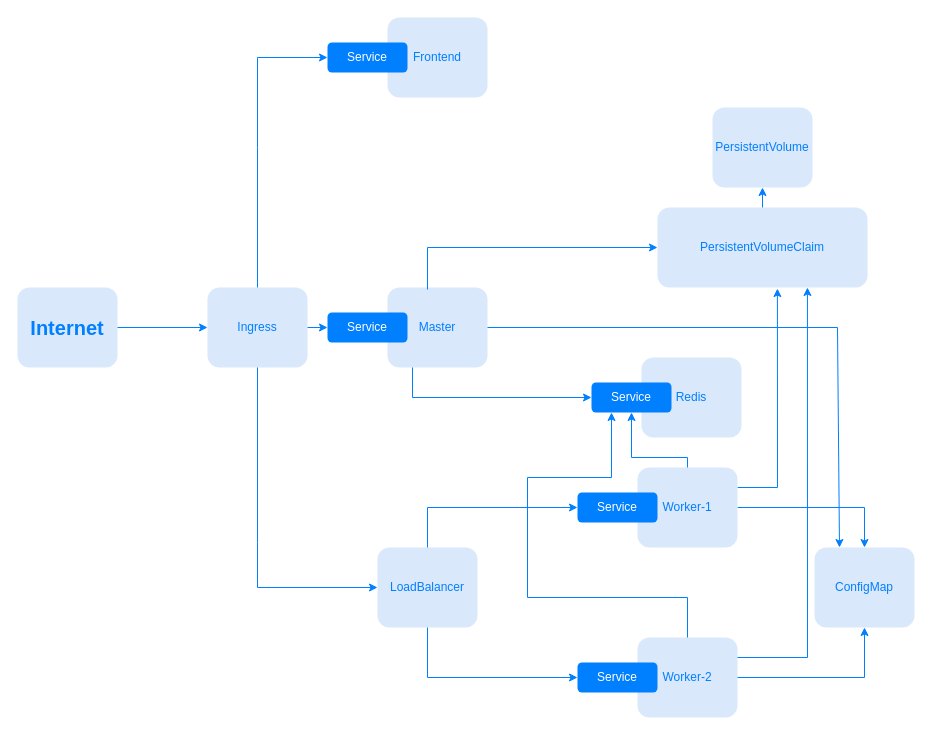
The draw.io diagram Assets/architecture.drawio in JadKHaddad/Rust-Performance-Testing-as-a-Service, before the edit. Source tidied: cells renumbered, new cells numbered last; positions are measured from the earlier drawing's top-left corner, leaving out a move shared by most shapes. Both pictures are drawn from the tidied source at 100%, with x=0, y=0 at pixel (17, 17).
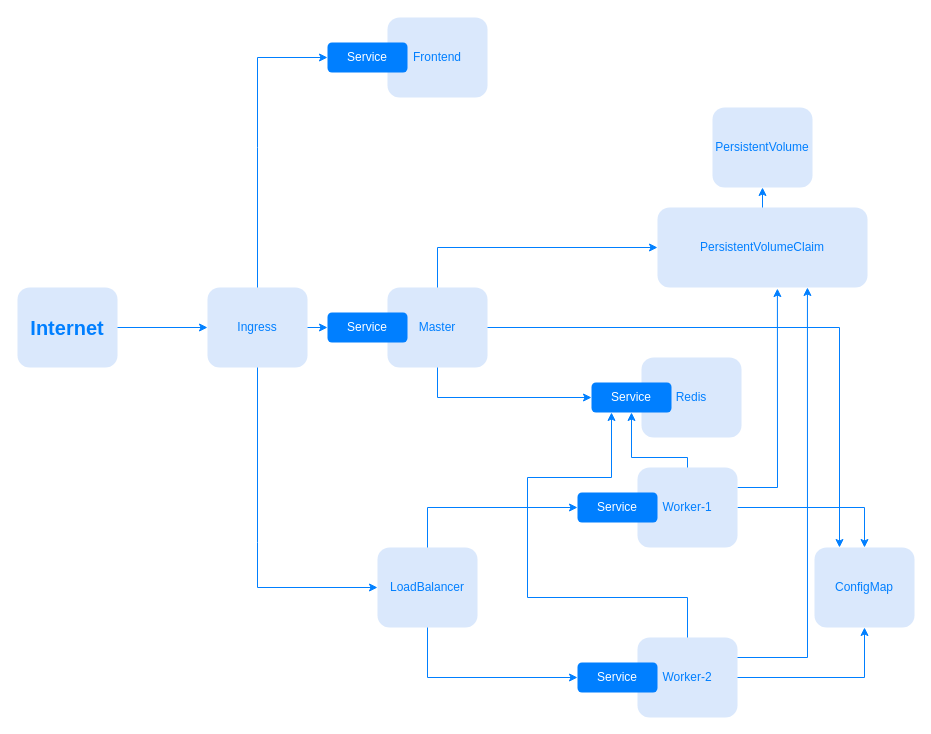
After the change.

Unchanged cells that the change refers to:
```xml
<mxCell id="3" value="&lt;font color=&quot;#ffffff&quot;&gt;Service&lt;/font&gt;" style="rounded=1;whiteSpace=wrap;html=1;fillColor=#007FFF;strokeColor=none;" parent="1" vertex="1">
  <mxGeometry x="574" y="365" width="80" height="30" as="geometry" />
</mxCell>
<mxCell id="4" value="&lt;font color=&quot;#007fff&quot;&gt;Master&lt;/font&gt;" style="rounded=1;whiteSpace=wrap;html=1;fillColor=#dae8fc;strokeColor=none;" parent="1" vertex="1">
  <mxGeometry x="370" y="270" width="100" height="80" as="geometry" />
</mxCell>
<mxCell id="10" value="&lt;font color=&quot;#007fff&quot;&gt;PersistentVolumeClaim&lt;/font&gt;" style="rounded=1;whiteSpace=wrap;html=1;fillColor=#dae8fc;strokeColor=none;" parent="1" vertex="1">
  <mxGeometry x="640" y="190" width="210" height="80" as="geometry" />
</mxCell>
<mxCell id="25" value="&lt;font color=&quot;#007fff&quot;&gt;ConfigMap&lt;/font&gt;" style="rounded=1;whiteSpace=wrap;html=1;fillColor=#dae8fc;strokeColor=none;" parent="1" vertex="1">
  <mxGeometry x="797" y="530" width="100" height="80" as="geometry" />
</mxCell>
```

What changed in the source:
```diff
@@
     <mxCell id="19" style="endArrow=classic;html=1;rounded=0;fontColor=#FFFFFF;strokeColor=#007FFF;exitX=1;exitY=0.5;exitDx=0;exitDy=0;entryX=0.25;entryY=0;entryDx=0;entryDy=0;" parent="1" edge="1" source="4" target="25">
       <mxGeometry relative="1" as="geometry">
         <Array as="points">
-          <mxPoint x="820" y="310" />
+          <mxPoint x="822" y="310" />
         </Array>
       </mxGeometry>
     </mxCell>
@@
-    <mxCell id="22" style="endArrow=classic;html=1;rounded=0;fontColor=#FFFFFF;strokeColor=#007FFF;exitX=0.4;exitY=0.025;exitDx=0;exitDy=0;entryX=0;entryY=0.5;entryDx=0;entryDy=0;exitPerimeter=0;" parent="1" edge="1" source="4" target="10">
+    <mxCell id="22" style="endArrow=classic;html=1;rounded=0;fontColor=#FFFFFF;strokeColor=#007FFF;exitX=0.5;exitY=0;exitDx=0;exitDy=0;entryX=0;entryY=0.5;entryDx=0;entryDy=0;" parent="1" edge="1" source="4" target="10">
       <mxGeometry relative="1" as="geometry">
         <Array as="points">
-          <mxPoint x="410" y="230" />
+          <mxPoint x="420" y="230" />
         </Array>
       </mxGeometry>
     </mxCell>
@@
-    <mxCell id="29" style="endArrow=classic;html=1;rounded=0;fontColor=#FFFFFF;strokeColor=#007FFF;exitX=0.25;exitY=1;exitDx=0;exitDy=0;entryX=0;entryY=0.5;entryDx=0;entryDy=0;" parent="1" edge="1" source="4" target="3">
+    <mxCell id="29" style="endArrow=classic;html=1;rounded=0;fontColor=#FFFFFF;strokeColor=#007FFF;exitX=0.5;exitY=1;exitDx=0;exitDy=0;entryX=0;entryY=0.5;entryDx=0;entryDy=0;" parent="1" edge="1" source="4" target="3">
       <mxGeometry relative="1" as="geometry">
         <Array as="points">
-          <mxPoint x="395" y="380" />
+          <mxPoint x="420" y="380" />
         </Array>
       </mxGeometry>
     </mxCell>
```
